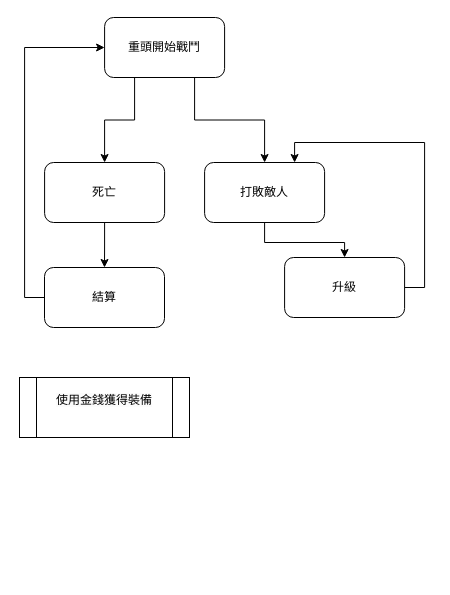
The draw.io diagram 戰鬥機制.drawio in a6984234/ForDraw.io, before the edit. Source tidied: cells renumbered, new cells numbered last; positions are measured from the earlier drawing's top-left corner, leaving out a move shared by most shapes. Both pictures are drawn from the tidied source at 100%, with x=0, y=0 at pixel (19, 17).
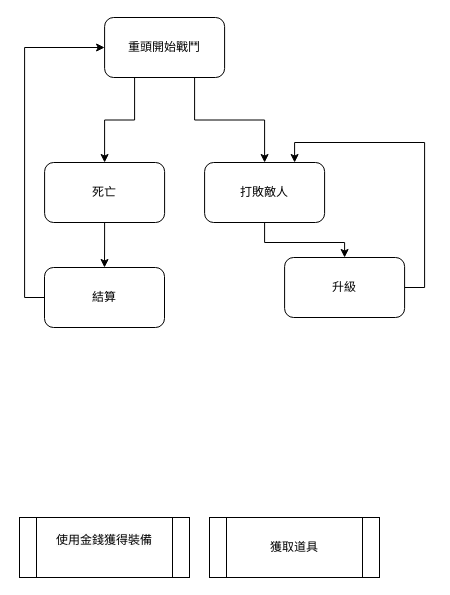
The same page after the edit.

Commit message:
更新戰鬥機制.drawio

Change to the diagram source:
```diff
@@
 <mxGraphModel>
   <root>
     <mxCell id="0" />
     <mxCell id="1" parent="0" />
     <mxCell id="2" style="edgeStyle=orthogonalEdgeStyle;rounded=0;jettySize=auto;html=1;exitX=0.25;exitY=1;exitDx=0;exitDy=0;entryX=0.5;entryY=0;entryDx=0;entryDy=0;" parent="1" edge="1" source="4" target="9">
       <mxGeometry relative="1" as="geometry" />
     </mxCell>
     <mxCell id="3" style="edgeStyle=orthogonalEdgeStyle;rounded=0;jettySize=auto;html=1;exitX=0.75;exitY=1;exitDx=0;exitDy=0;entryX=0.5;entryY=0;entryDx=0;entryDy=0;" parent="1" edge="1" source="4" target="6">
       <mxGeometry relative="1" as="geometry" />
     </mxCell>
     <mxCell id="4" value="重頭開始戰鬥" style="rounded=1;whiteSpace=wrap;html=1;" parent="1" vertex="1">
       <mxGeometry x="85.1" width="120" height="60" as="geometry" />
     </mxCell>
     <mxCell id="5" style="edgeStyle=orthogonalEdgeStyle;rounded=0;jettySize=auto;html=1;exitX=0.5;exitY=1;exitDx=0;exitDy=0;" parent="1" edge="1" source="6" target="11">
       <mxGeometry relative="1" as="geometry" />
     </mxCell>
     <mxCell id="6" value="打敗敵人" style="rounded=1;whiteSpace=wrap;html=1;" parent="1" vertex="1">
       <mxGeometry x="185.1" y="145" width="120" height="60" as="geometry" />
     </mxCell>
     <mxCell id="7" style="edgeStyle=orthogonalEdgeStyle;rounded=0;jettySize=auto;html=1;exitX=0;exitY=0.5;exitDx=0;exitDy=0;entryX=0;entryY=0.5;entryDx=0;entryDy=0;" parent="1" edge="1" source="13" target="4">
       <mxGeometry relative="1" as="geometry">
         <Array as="points">
           <mxPoint x="5.1" y="280" />
           <mxPoint x="5.1" y="30" />
         </Array>
       </mxGeometry>
     </mxCell>
     <mxCell id="8" style="edgeStyle=orthogonalEdgeStyle;rounded=0;jettySize=auto;html=1;exitX=0.5;exitY=1;exitDx=0;exitDy=0;" parent="1" edge="1" source="9" target="13">
       <mxGeometry relative="1" as="geometry" />
     </mxCell>
     <mxCell id="9" value="死亡" style="rounded=1;whiteSpace=wrap;html=1;" parent="1" vertex="1">
       <mxGeometry x="25.1" y="145" width="120" height="60" as="geometry" />
     </mxCell>
     <mxCell id="10" style="edgeStyle=orthogonalEdgeStyle;rounded=0;jettySize=auto;html=1;exitX=1;exitY=0.5;exitDx=0;exitDy=0;entryX=0.75;entryY=0;entryDx=0;entryDy=0;" parent="1" edge="1" source="11" target="6">
       <mxGeometry relative="1" as="geometry" />
     </mxCell>
     <mxCell id="11" value="升級" style="rounded=1;whiteSpace=wrap;html=1;" parent="1" vertex="1">
       <mxGeometry x="265.1" y="240" width="120" height="60" as="geometry" />
     </mxCell>
     <mxCell id="12" value="&#10;&lt;span style=&quot;forced-color-adjust: none; color: rgb(0, 0, 0); font-family: Helvetica; font-size: 12px; font-style: normal; font-variant-ligatures: normal; font-variant-caps: normal; font-weight: 400; letter-spacing: normal; orphans: 2; text-align: center; text-indent: 0px; text-transform: none; widows: 2; word-spacing: 0px; -webkit-text-stroke-width: 0px; white-space: normal; text-decoration-thickness: initial; text-decoration-style: initial; text-decoration-color: initial; background-color: rgb(251, 251, 251); float: none; display: inline !important;&quot;&gt;使用金錢獲得裝備&lt;/span&gt;&lt;br style=&quot;forced-color-adjust: none; color: rgb(0, 0, 0); font-family: Helvetica; font-size: 12px; font-style: normal; font-variant-ligatures: normal; font-variant-caps: normal; font-weight: 400; letter-spacing: normal; orphans: 2; text-align: center; text-indent: 0px; text-transform: none; widows: 2; word-spacing: 0px; -webkit-text-stroke-width: 0px; white-space: normal; background-color: rgb(251, 251, 251); text-decoration-thickness: initial; text-decoration-style: initial; text-decoration-color: initial;&quot;&gt;&#10;&#10;" style="shape=process;whiteSpace=wrap;html=1;backgroundOutline=1;" parent="1" vertex="1">
-      <mxGeometry y="360" width="170" height="60" as="geometry" />
+      <mxGeometry y="500" width="170" height="60" as="geometry" />
     </mxCell>
     <mxCell id="13" value="結算" style="rounded=1;whiteSpace=wrap;html=1;" parent="1" vertex="1">
       <mxGeometry x="25" y="250" width="120" height="60" as="geometry" />
     </mxCell>
+    <mxCell id="14" value="&lt;br&gt;獲取道具&lt;div&gt;&lt;br/&gt;&lt;/div&gt;" style="shape=process;whiteSpace=wrap;html=1;backgroundOutline=1;" parent="1" vertex="1">
+      <mxGeometry x="190" y="500" width="170" height="60" as="geometry" />
+    </mxCell>
   </root>
 </mxGraphModel>
```
